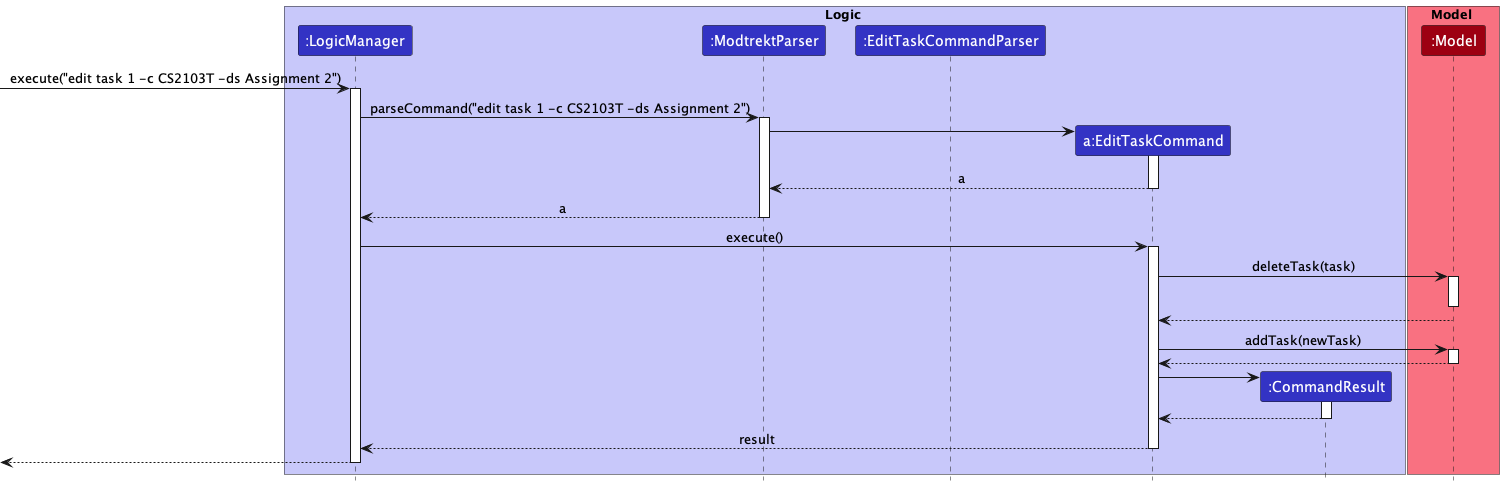
Above: docs/images/TaskPUMLs/EditTask/TaskEditSequenceDiagram.png in nus-cs2103-AY2223S1/tp (PlantUML), before the change.
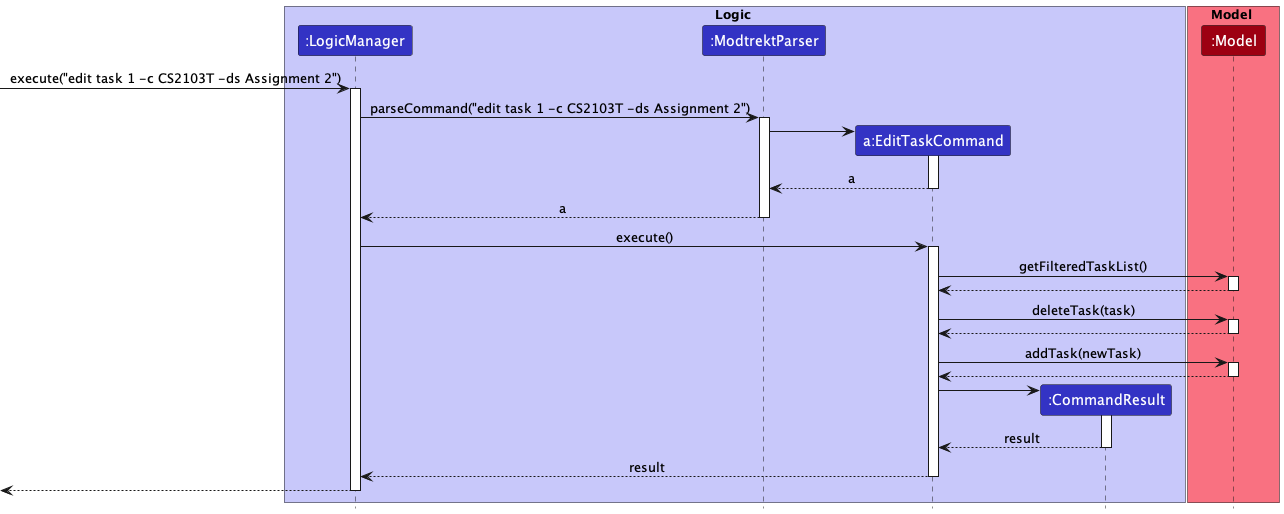
The same diagram one commit later.

Change to the diagram source:
```diff
@@ -4,7 +4,6 @@
 box Logic LOGIC_COLOR_T1
 participant ":LogicManager" as LogicManager LOGIC_COLOR
 participant ":ModtrektParser" as ModtrektParser LOGIC_COLOR
-participant ":EditTaskCommandParser" as EditTaskCommandParser LOGIC_COLOR
 participant "a:EditTaskCommand" as EditTaskCommand LOGIC_COLOR
 participant ":CommandResult" as CommandResult LOGIC_COLOR
 
@@ -33,10 +32,16 @@
 LogicManager -> EditTaskCommand : execute()
 activate EditTaskCommand
 
+EditTaskCommand -> Model : getFilteredTaskList()
+activate Model
+
+Model --> EditTaskCommand
+deactivate Model
+
 EditTaskCommand -> Model : deleteTask(task)
 activate Model
 
-deactivate Model
+
 Model --> EditTaskCommand
 deactivate Model
 
@@ -51,7 +56,7 @@
 EditTaskCommand -> CommandResult
 activate CommandResult
 
-CommandResult --> EditTaskCommand
+CommandResult --> EditTaskCommand : result
 deactivate CommandResult
 
 EditTaskCommand --> LogicManager : result
```
